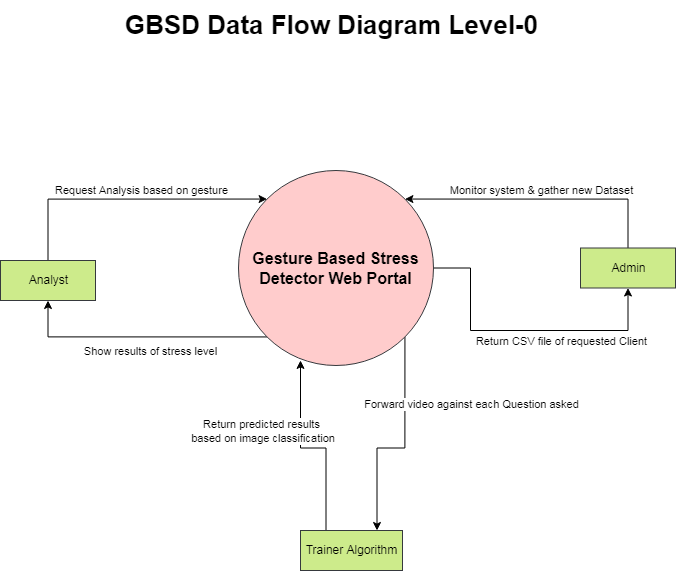
The draw.io diagram DFD_L0_GBSD.png in mabdulrafea101/sohaib_fyp_docs, before a commit. Source tidied: cells renumbered, new cells last; positions are measured from the earlier drawing's top-left corner, leaving out a move shared by most shapes.
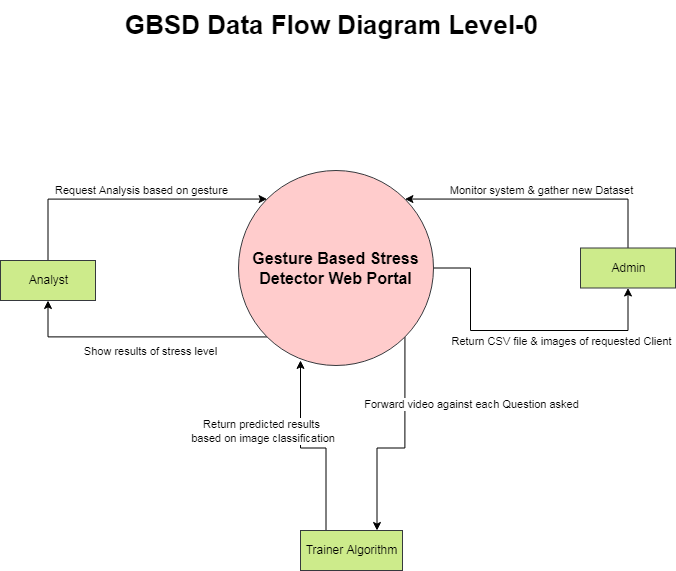
The same diagram one commit later.

Diff of the diagram source:
```diff
@@ -34,7 +34,7 @@
         </Array>
       </mxGeometry>
     </mxCell>
-    <mxCell id="8" value="Return CSV file of requested Client" style="edgeLabel;html=1;align=center;verticalAlign=middle;" parent="7" vertex="1">
+    <mxCell id="8" value="Return CSV file &amp;amp; images of requested Client" style="edgeLabel;html=1;align=center;verticalAlign=middle;" parent="7" vertex="1">
       <mxGeometry x="0.03" y="-2" relative="1" as="geometry">
         <mxPoint x="37" y="8" as="offset" />
       </mxGeometry>
```
